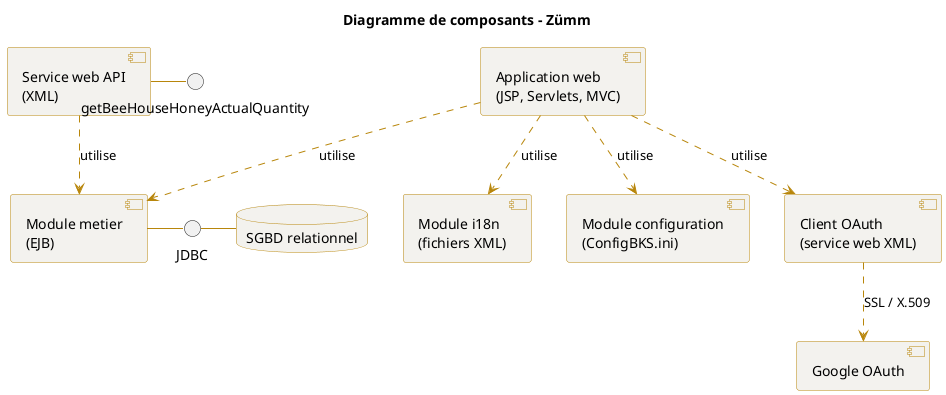
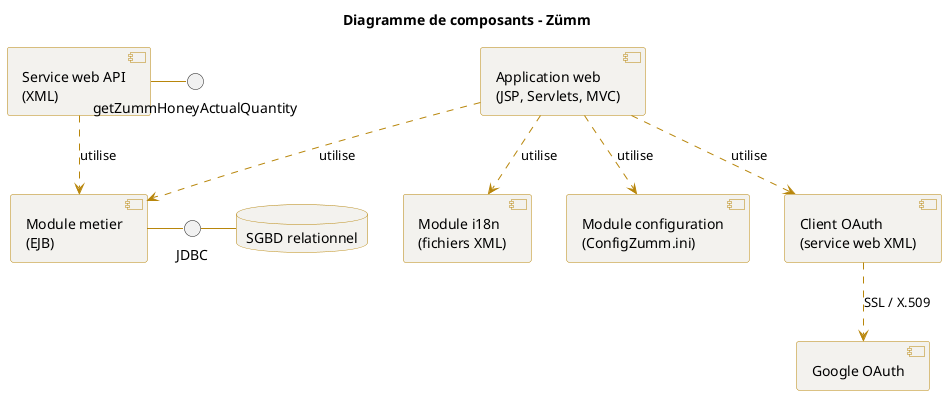
@startuml diagramme_composant
' Diagramme de composants - Zümm
skinparam shadowing false
skinparam componentStyle uml2
skinparam component {
  BackgroundColor #F3F2EE
  BorderColor #B8860B
  ArrowColor #B8860B
}
skinparam database {
  BackgroundColor #F3F2EE
  BorderColor #B8860B
}
title Diagramme de composants - Zümm

component "Application web\n(JSP, Servlets, MVC)" as Web
component "Module metier\n(EJB)" as Metier
component "Module i18n\n(fichiers XML)" as I18n
- component "Module configuration\n(ConfigBKS.ini)" as Config
+ component "Module configuration\n(ConfigZumm.ini)" as Config
component "Client OAuth\n(service web XML)" as OAuthC
component "Service web API\n(XML)" as API
database "SGBD relationnel" as DB

- interface "getBeeHouseHoneyActualQuantity" as IHoney
+ interface "getZummHoneyActualQuantity" as IHoney
interface "JDBC" as IJdbc

Web ..> Metier : utilise
Web ..> I18n : utilise
Web ..> Config : utilise
Web ..> OAuthC : utilise
API ..> Metier : utilise
Metier - IJdbc
IJdbc - DB
API - IHoney

OAuthC ..> [Google OAuth] : SSL / X.509

@enduml
